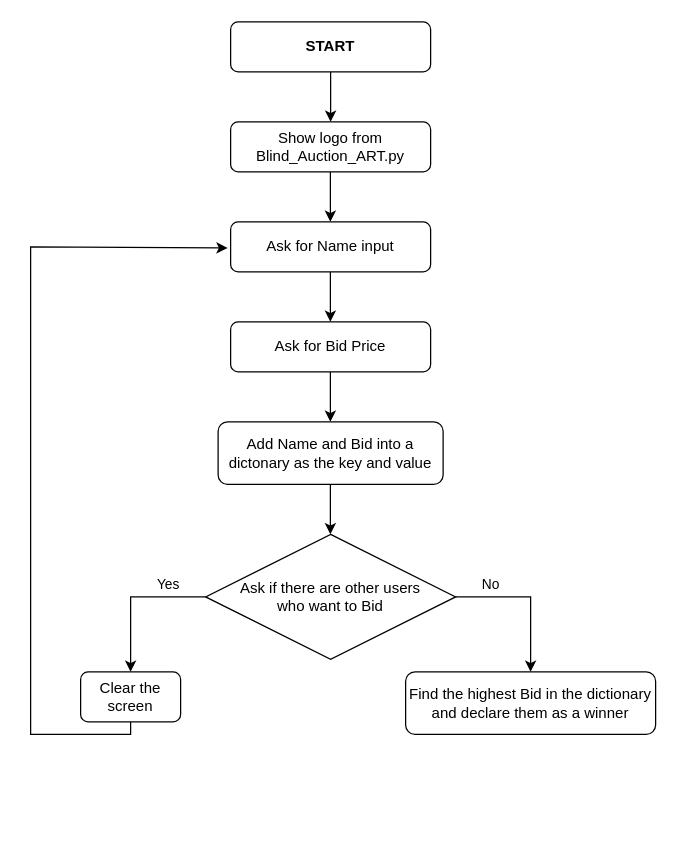
Before: Blind_Auction/Blind_Auction.drawio in naboshi229/My_Basic_Programs, a draw.io diagram. Source tidied: cells renumbered, new cells numbered last; positions are measured from the earlier drawing's top-left corner, leaving out a move shared by most shapes. Both pictures are drawn from the tidied source at 125%, with x=0, y=0 at pixel (30, 21).
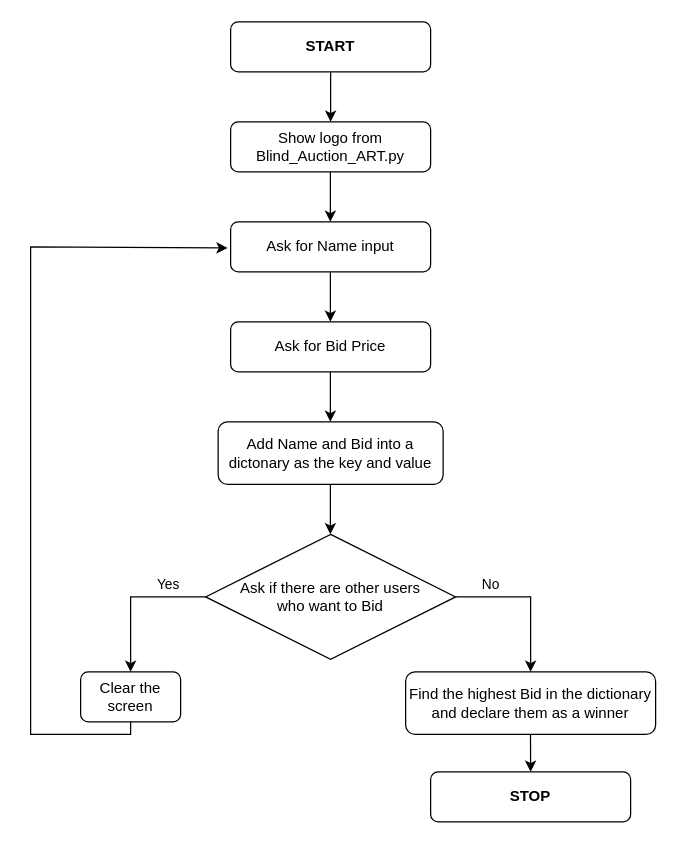
Above is the later version.

The edit, as a diff of the source:
```diff
@@
+    <mxCell id="18" value="&lt;b&gt;STOP&lt;br&gt;&lt;/b&gt;" style="rounded=1;whiteSpace=wrap;html=1;fontSize=12;glass=0;strokeWidth=1;shadow=0;" parent="1" vertex="1">
+      <mxGeometry x="320" y="600" width="160" height="40" as="geometry" />
+    </mxCell>
+    <mxCell id="19" style="endArrow=classic;html=1;rounded=0;entryX=0.5;entryY=0;entryDx=0;entryDy=0;" parent="1" edge="1" target="18">
+      <mxGeometry relative="1" as="geometry">
+        <mxPoint x="399.9" y="570" as="sourcePoint" />
+      </mxGeometry>
+    </mxCell>
```
